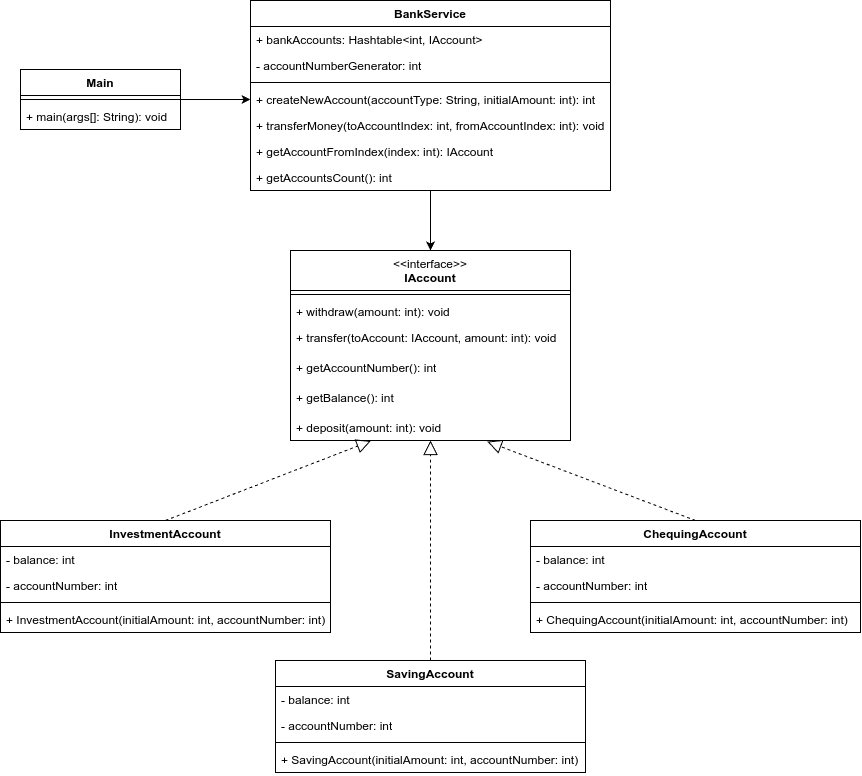
ahanaf019/CSE4122-OOD-Facade-Pattern-Demo keeps this draw.io diagram as facade_pattern_demo_class_diagram.png. Above is the earlier version. Source tidied: cells renumbered, new cells last; positions are measured from the earlier drawing's top-left corner, leaving out a move shared by most shapes. Its diagram source:
```xml
<mxGraphModel>
  <root>
    <mxCell id="0" />
    <mxCell id="1" parent="0" />
    <mxCell id="2" value="&lt;span style=&quot;font-weight: normal;&quot;&gt;&amp;lt;&amp;lt;interface&amp;gt;&amp;gt;&lt;/span&gt;&lt;br&gt;IAccount" style="swimlane;fontStyle=1;align=center;verticalAlign=top;horizontal=1;startSize=40;whiteSpace=wrap;html=1;" parent="1" vertex="1">
      <mxGeometry x="290" y="250" width="280" height="190" as="geometry" />
    </mxCell>
    <mxCell id="3" style="line;strokeWidth=1;fillColor=none;align=left;verticalAlign=middle;spacingTop=-1;spacingLeft=3;spacingRight=3;labelPosition=right;strokeColor=inherit;" parent="2" vertex="1">
      <mxGeometry y="40" width="280" height="8" as="geometry" />
    </mxCell>
    <mxCell id="4" value="+ withdraw(amount: int): void" style="text;strokeColor=none;fillColor=none;align=left;verticalAlign=top;spacingLeft=4;spacingRight=4;overflow=hidden;whiteSpace=wrap;html=1;" parent="2" vertex="1">
      <mxGeometry y="48" width="280" height="26" as="geometry" />
    </mxCell>
    <mxCell id="5" value="+ transfer(toAccount: IAccount, amount: int): void" style="text;strokeColor=none;fillColor=none;align=left;verticalAlign=top;spacingLeft=4;spacingRight=4;overflow=hidden;whiteSpace=wrap;html=1;" parent="2" vertex="1">
      <mxGeometry y="74" width="280" height="30" as="geometry" />
    </mxCell>
    <mxCell id="6" value="+ getAccountNumber(): int" style="text;strokeColor=none;fillColor=none;align=left;verticalAlign=top;spacingLeft=4;spacingRight=4;overflow=hidden;whiteSpace=wrap;html=1;" parent="2" vertex="1">
      <mxGeometry y="104" width="280" height="30" as="geometry" />
    </mxCell>
    <mxCell id="7" value="+ getBalance(): int" style="text;strokeColor=none;fillColor=none;align=left;verticalAlign=top;spacingLeft=4;spacingRight=4;overflow=hidden;whiteSpace=wrap;html=1;" parent="2" vertex="1">
      <mxGeometry y="134" width="280" height="30" as="geometry" />
    </mxCell>
    <mxCell id="8" value="+ deposit(amount: int): void" style="text;strokeColor=none;fillColor=none;align=left;verticalAlign=top;spacingLeft=4;spacingRight=4;overflow=hidden;points=[[0,0.5],[1,0.5]];portConstraint=eastwest;whiteSpace=wrap;html=1;" parent="2" vertex="1">
      <mxGeometry y="164" width="280" height="26" as="geometry" />
    </mxCell>
    <mxCell id="9" value="ChequingAccount" style="swimlane;fontStyle=1;align=center;verticalAlign=top;horizontal=1;startSize=26;whiteSpace=wrap;html=1;" parent="1" vertex="1">
      <mxGeometry x="530" y="520" width="330" height="112" as="geometry" />
    </mxCell>
    <mxCell id="10" value="- balance: int" style="text;strokeColor=none;fillColor=none;align=left;verticalAlign=top;spacingLeft=4;spacingRight=4;overflow=hidden;whiteSpace=wrap;html=1;" parent="9" vertex="1">
      <mxGeometry y="26" width="330" height="26" as="geometry" />
    </mxCell>
    <mxCell id="11" value="- accountNumber: int" style="text;strokeColor=none;fillColor=none;align=left;verticalAlign=top;spacingLeft=4;spacingRight=4;overflow=hidden;whiteSpace=wrap;html=1;" parent="9" vertex="1">
      <mxGeometry y="52" width="330" height="26" as="geometry" />
    </mxCell>
    <mxCell id="12" style="line;strokeWidth=1;fillColor=none;align=left;verticalAlign=middle;spacingTop=-1;spacingLeft=3;spacingRight=3;labelPosition=right;strokeColor=inherit;" parent="9" vertex="1">
      <mxGeometry y="78" width="330" height="8" as="geometry" />
    </mxCell>
    <mxCell id="13" value="+ ChequingAccount(initialAmount: int, accountNumber: int)" style="text;strokeColor=none;fillColor=none;align=left;verticalAlign=top;spacingLeft=4;spacingRight=4;overflow=hidden;whiteSpace=wrap;html=1;" parent="9" vertex="1">
      <mxGeometry y="86" width="330" height="26" as="geometry" />
    </mxCell>
    <mxCell id="14" value="InvestmentAccount" style="swimlane;fontStyle=1;align=center;verticalAlign=top;horizontal=1;startSize=26;whiteSpace=wrap;html=1;" parent="1" vertex="1">
      <mxGeometry y="520" width="330" height="112" as="geometry" />
    </mxCell>
    <mxCell id="15" value="- balance: int" style="text;strokeColor=none;fillColor=none;align=left;verticalAlign=top;spacingLeft=4;spacingRight=4;overflow=hidden;whiteSpace=wrap;html=1;" parent="14" vertex="1">
      <mxGeometry y="26" width="330" height="26" as="geometry" />
    </mxCell>
    <mxCell id="16" value="- accountNumber: int" style="text;strokeColor=none;fillColor=none;align=left;verticalAlign=top;spacingLeft=4;spacingRight=4;overflow=hidden;whiteSpace=wrap;html=1;" parent="14" vertex="1">
      <mxGeometry y="52" width="330" height="26" as="geometry" />
    </mxCell>
    <mxCell id="17" style="line;strokeWidth=1;fillColor=none;align=left;verticalAlign=middle;spacingTop=-1;spacingLeft=3;spacingRight=3;labelPosition=right;strokeColor=inherit;" parent="14" vertex="1">
      <mxGeometry y="78" width="330" height="8" as="geometry" />
    </mxCell>
    <mxCell id="18" value="+ InvestmentAccount(initialAmount: int, accountNumber: int)" style="text;strokeColor=none;fillColor=none;align=left;verticalAlign=top;spacingLeft=4;spacingRight=4;overflow=hidden;whiteSpace=wrap;html=1;" parent="14" vertex="1">
      <mxGeometry y="86" width="330" height="26" as="geometry" />
    </mxCell>
    <mxCell id="19" value="SavingAccount" style="swimlane;fontStyle=1;align=center;verticalAlign=top;horizontal=1;startSize=26;whiteSpace=wrap;html=1;" parent="1" vertex="1">
      <mxGeometry x="275" y="660" width="310" height="112" as="geometry" />
    </mxCell>
    <mxCell id="20" value="- balance: int" style="text;strokeColor=none;fillColor=none;align=left;verticalAlign=top;spacingLeft=4;spacingRight=4;overflow=hidden;whiteSpace=wrap;html=1;" parent="19" vertex="1">
      <mxGeometry y="26" width="310" height="26" as="geometry" />
    </mxCell>
    <mxCell id="21" value="- accountNumber: int" style="text;strokeColor=none;fillColor=none;align=left;verticalAlign=top;spacingLeft=4;spacingRight=4;overflow=hidden;whiteSpace=wrap;html=1;" parent="19" vertex="1">
      <mxGeometry y="52" width="310" height="26" as="geometry" />
    </mxCell>
    <mxCell id="22" style="line;strokeWidth=1;fillColor=none;align=left;verticalAlign=middle;spacingTop=-1;spacingLeft=3;spacingRight=3;labelPosition=right;strokeColor=inherit;" parent="19" vertex="1">
      <mxGeometry y="78" width="310" height="8" as="geometry" />
    </mxCell>
    <mxCell id="23" value="+ SavingAccount(initialAmount: int, accountNumber: int)" style="text;strokeColor=none;fillColor=none;align=left;verticalAlign=top;spacingLeft=4;spacingRight=4;overflow=hidden;whiteSpace=wrap;html=1;" parent="19" vertex="1">
      <mxGeometry y="86" width="310" height="26" as="geometry" />
    </mxCell>
    <mxCell id="24" style="edgeStyle=orthogonalEdgeStyle;rounded=0;jettySize=auto;html=1;" parent="1" edge="1" source="25" target="2">
      <mxGeometry relative="1" as="geometry" />
    </mxCell>
    <mxCell id="25" value="BankService" style="swimlane;fontStyle=1;align=center;verticalAlign=top;horizontal=1;startSize=26;whiteSpace=wrap;html=1;" parent="1" vertex="1">
      <mxGeometry x="250" width="360" height="190" as="geometry" />
    </mxCell>
    <mxCell id="26" value="+ bankAccounts: Hashtable&amp;lt;int, IAccount&amp;gt;" style="text;strokeColor=none;fillColor=none;align=left;verticalAlign=top;spacingLeft=4;spacingRight=4;overflow=hidden;whiteSpace=wrap;html=1;" parent="25" vertex="1">
      <mxGeometry y="26" width="360" height="26" as="geometry" />
    </mxCell>
    <mxCell id="27" value="- accountNumberGenerator: int" style="text;strokeColor=none;fillColor=none;align=left;verticalAlign=top;spacingLeft=4;spacingRight=4;overflow=hidden;whiteSpace=wrap;html=1;" parent="25" vertex="1">
      <mxGeometry y="52" width="360" height="26" as="geometry" />
    </mxCell>
    <mxCell id="28" style="line;strokeWidth=1;fillColor=none;align=left;verticalAlign=middle;spacingTop=-1;spacingLeft=3;spacingRight=3;labelPosition=right;strokeColor=inherit;" parent="25" vertex="1">
      <mxGeometry y="78" width="360" height="8" as="geometry" />
    </mxCell>
    <mxCell id="29" value="+ createNewAccount(accountType: String, initialAmount: int): int" style="text;strokeColor=none;fillColor=none;align=left;verticalAlign=top;spacingLeft=4;spacingRight=4;overflow=hidden;points=[[0,0.5],[1,0.5]];portConstraint=eastwest;whiteSpace=wrap;html=1;" parent="25" vertex="1">
      <mxGeometry y="86" width="360" height="26" as="geometry" />
    </mxCell>
    <mxCell id="30" value="+ transferMoney(toAccountIndex: int, fromAccountIndex: int): void" style="text;strokeColor=none;fillColor=none;align=left;verticalAlign=top;spacingLeft=4;spacingRight=4;overflow=hidden;whiteSpace=wrap;html=1;" parent="25" vertex="1">
      <mxGeometry y="112" width="360" height="26" as="geometry" />
    </mxCell>
    <mxCell id="31" value="+ getAccountFromIndex(index: int): IAccount" style="text;strokeColor=none;fillColor=none;align=left;verticalAlign=top;spacingLeft=4;spacingRight=4;overflow=hidden;whiteSpace=wrap;html=1;" parent="25" vertex="1">
      <mxGeometry y="138" width="360" height="26" as="geometry" />
    </mxCell>
    <mxCell id="32" value="+ getAccountsCount(): int" style="text;strokeColor=none;fillColor=none;align=left;verticalAlign=top;spacingLeft=4;spacingRight=4;overflow=hidden;whiteSpace=wrap;html=1;" parent="25" vertex="1">
      <mxGeometry y="164" width="360" height="26" as="geometry" />
    </mxCell>
    <mxCell id="33" style="endArrow=block;dashed=1;endFill=0;endSize=12;html=1;rounded=0;exitX=0.5;exitY=0;exitDx=0;exitDy=0;" parent="1" edge="1" source="19" target="8">
      <mxGeometry relative="1" as="geometry" />
    </mxCell>
    <mxCell id="34" style="endArrow=block;dashed=1;endFill=0;endSize=12;html=1;rounded=0;exitX=0.5;exitY=0;exitDx=0;exitDy=0;entryX=0.703;entryY=1.042;entryDx=0;entryDy=0;entryPerimeter=0;" parent="1" edge="1" source="9" target="8">
      <mxGeometry relative="1" as="geometry" />
    </mxCell>
    <mxCell id="35" style="endArrow=block;dashed=1;endFill=0;endSize=12;html=1;rounded=0;exitX=0.5;exitY=0;exitDx=0;exitDy=0;entryX=0.287;entryY=1.016;entryDx=0;entryDy=0;entryPerimeter=0;" parent="1" edge="1" source="14" target="8">
      <mxGeometry relative="1" as="geometry" />
    </mxCell>
    <mxCell id="36" style="edgeStyle=orthogonalEdgeStyle;rounded=0;jettySize=auto;html=1;entryX=0;entryY=0.5;entryDx=0;entryDy=0;" parent="1" edge="1" source="37" target="29">
      <mxGeometry relative="1" as="geometry" />
    </mxCell>
    <mxCell id="37" value="Main" style="swimlane;fontStyle=1;align=center;verticalAlign=top;horizontal=1;startSize=26;whiteSpace=wrap;html=1;" parent="1" vertex="1">
      <mxGeometry x="20" y="69" width="160" height="60" as="geometry" />
    </mxCell>
    <mxCell id="38" style="line;strokeWidth=1;fillColor=none;align=left;verticalAlign=middle;spacingTop=-1;spacingLeft=3;spacingRight=3;labelPosition=right;strokeColor=inherit;" parent="37" vertex="1">
      <mxGeometry y="26" width="160" height="8" as="geometry" />
    </mxCell>
    <mxCell id="39" value="+ main(args[]: String): void" style="text;strokeColor=none;fillColor=none;align=left;verticalAlign=top;spacingLeft=4;spacingRight=4;overflow=hidden;whiteSpace=wrap;html=1;" parent="37" vertex="1">
      <mxGeometry y="34" width="160" height="26" as="geometry" />
    </mxCell>
  </root>
</mxGraphModel>
```
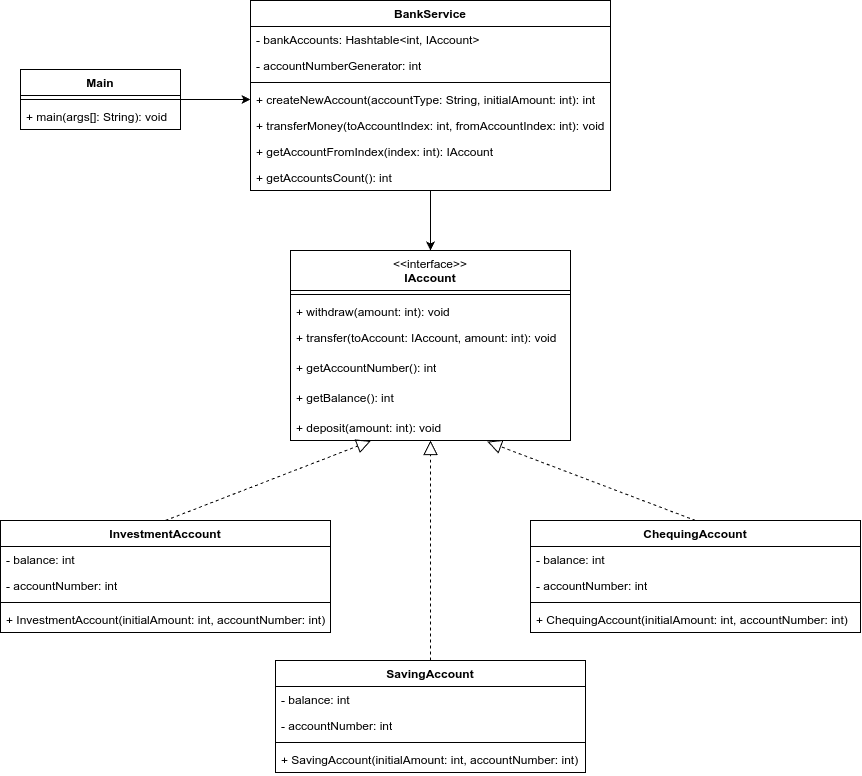
The same file after the commit.

Commit message:
Class diagram updated

Diff of the diagram source:
```diff
@@ -74,7 +74,7 @@
     <mxCell id="25" value="BankService" style="swimlane;fontStyle=1;align=center;verticalAlign=top;horizontal=1;startSize=26;whiteSpace=wrap;html=1;" parent="1" vertex="1">
       <mxGeometry x="250" width="360" height="190" as="geometry" />
     </mxCell>
-    <mxCell id="26" value="+ bankAccounts: Hashtable&amp;lt;int, IAccount&amp;gt;" style="text;strokeColor=none;fillColor=none;align=left;verticalAlign=top;spacingLeft=4;spacingRight=4;overflow=hidden;whiteSpace=wrap;html=1;" parent="25" vertex="1">
+    <mxCell id="26" value="- bankAccounts: Hashtable&amp;lt;int, IAccount&amp;gt;" style="text;strokeColor=none;fillColor=none;align=left;verticalAlign=top;spacingLeft=4;spacingRight=4;overflow=hidden;whiteSpace=wrap;html=1;" parent="25" vertex="1">
       <mxGeometry y="26" width="360" height="26" as="geometry" />
     </mxCell>
     <mxCell id="27" value="- accountNumberGenerator: int" style="text;strokeColor=none;fillColor=none;align=left;verticalAlign=top;spacingLeft=4;spacingRight=4;overflow=hidden;whiteSpace=wrap;html=1;" parent="25" vertex="1">
```
